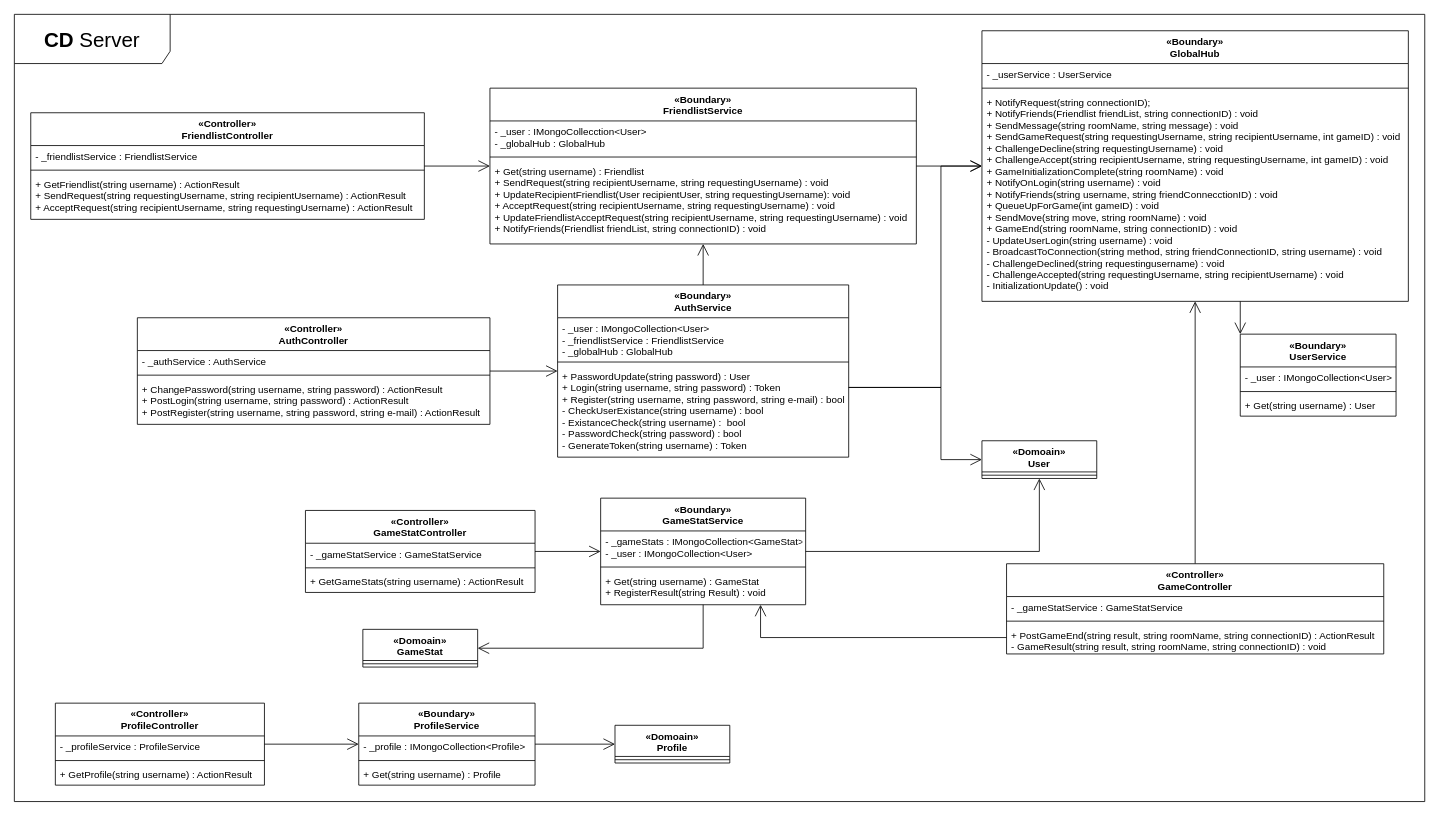
The draw.io diagram diagrams/arkitektur/CD-Server-Total.drawio in Macradon/I7BAC-PlugNPlay, before the edit. Source tidied: cells renumbered, new cells numbered last; positions are measured from the earlier drawing's top-left corner, leaving out a move shared by most shapes. Both pictures are drawn from the tidied source at 82%, with x=0, y=0 at pixel (14, 14).
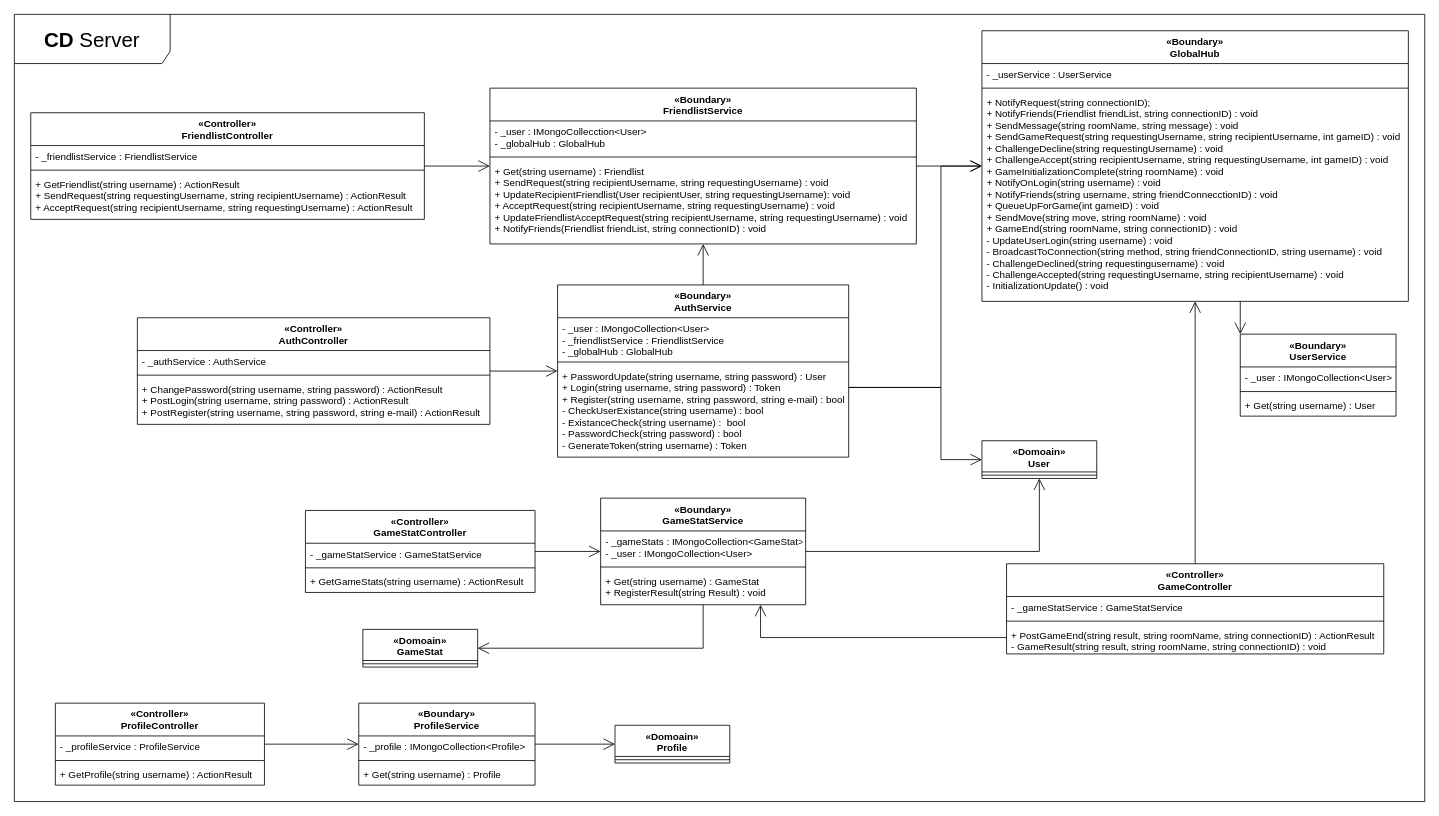
Above is the later version.

Commit message (it also covers changes not shown here):
Updated class diagrams to user actual parameters in methods

The change refers to these unchanged cells:
```xml
<mxCell id="7" value="«Boundary»&#10;AuthService" style="swimlane;fontStyle=1;align=center;verticalAlign=top;horizontal=1;startSize=40;" parent="1" vertex="1">
  <mxGeometry x="662.5" y="330" width="355" height="210" as="geometry" />
</mxCell>
```

What changed in the source:
```diff
@@
-    <mxCell id="10" value="+ PasswordUpdate(string password) : User&#10;+ Login(string username, string password) : Token&#10;+ Register(string username, string password, string e-mail) : bool&#10;- CheckUserExistance(string username) : bool&#10;- ExistanceCheck(string username) :  bool&#10;- PasswordCheck(string password) : bool&#10;- GenerateToken(string username) : Token&#10;" style="text;strokeColor=none;fillColor=none;align=left;verticalAlign=top;spacingLeft=4;spacingRight=4;overflow=hidden;" parent="7" vertex="1">
+    <mxCell id="10" value="+ PasswordUpdate(string username, string password) : User&#10;+ Login(string username, string password) : Token&#10;+ Register(string username, string password, string e-mail) : bool&#10;- CheckUserExistance(string username) : bool&#10;- ExistanceCheck(string username) :  bool&#10;- PasswordCheck(string password) : bool&#10;- GenerateToken(string username) : Token&#10;" style="text;strokeColor=none;fillColor=none;align=left;verticalAlign=top;spacingLeft=4;spacingRight=4;overflow=hidden;" parent="7" vertex="1">
       <mxGeometry y="98" width="355" height="112" as="geometry" />
     </mxCell>
```
